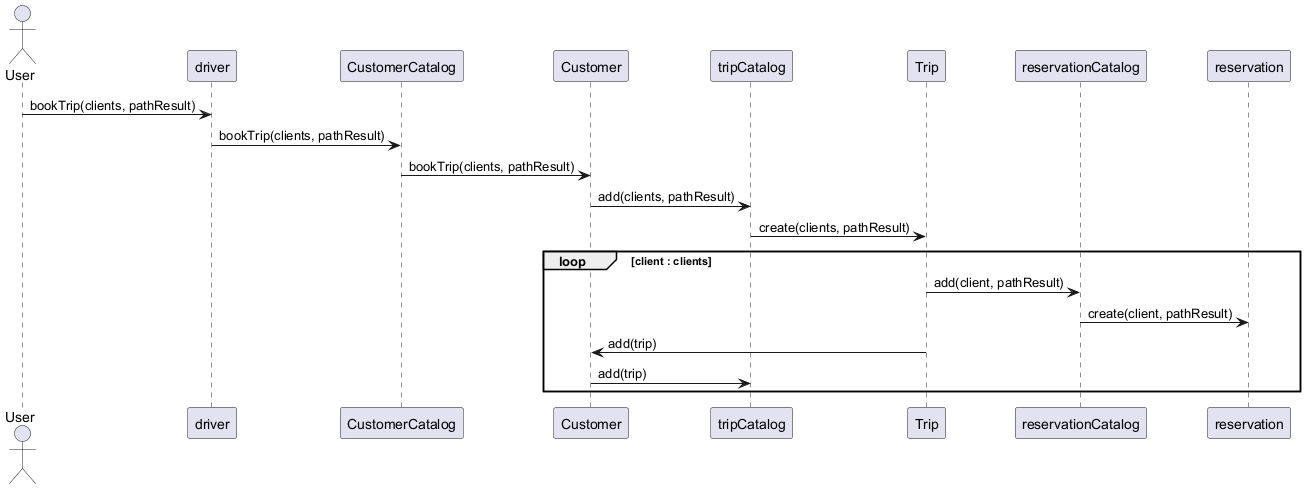
The PlantUML diagram Iteration_3/docs/images/bookTripSequence.png in SamuelVachon/SOEN342, before a commit. Its diagram source:
```plantuml
@startuml bookTripSequence
actor User
participant driver
participant CustomerCatalog
participant Customer
participant tripCatalog
participant Trip
participant reservationCatalog
participant reservation


User -> driver : bookTrip(clients, pathResult)
driver -> CustomerCatalog : bookTrip(clients, pathResult)
CustomerCatalog -> Customer : bookTrip(clients, pathResult)
Customer -> tripCatalog : add(clients, pathResult)
tripCatalog -> Trip : create(clients, pathResult)
loop client : clients
    Trip -> reservationCatalog : add(client, pathResult)
    reservationCatalog -> reservation : create(client, pathResult)
    Trip -> Customer : add(trip)
    Customer -> tripCatalog : add(trip)
end


@enduml
```
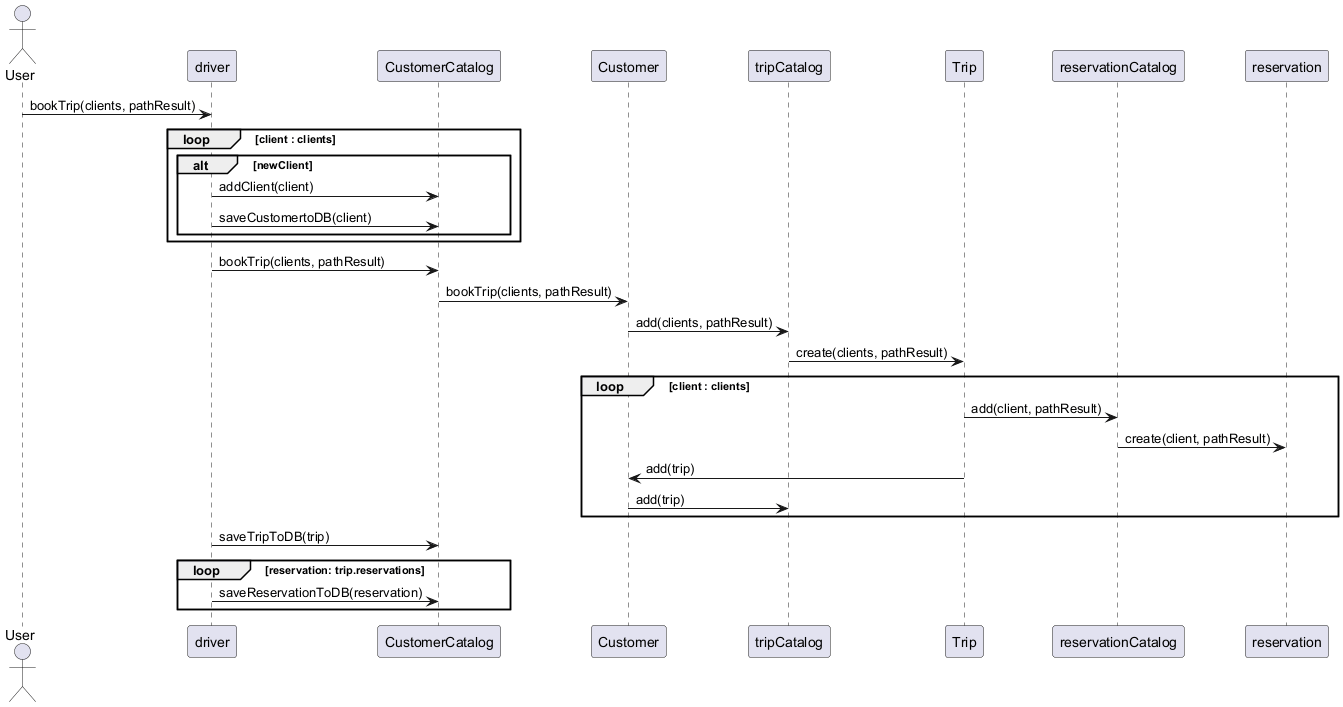
After the commit.

Diff of the diagram source:
```diff
@@ -9,7 +9,14 @@
 participant reservation
 
 
+
 User -> driver : bookTrip(clients, pathResult)
+loop client : clients
+    alt newClient
+        driver -> CustomerCatalog : addClient(client)
+        driver ->CustomerCatalog : saveCustomertoDB(client)
+    end
+end
 driver -> CustomerCatalog : bookTrip(clients, pathResult)
 CustomerCatalog -> Customer : bookTrip(clients, pathResult)
 Customer -> tripCatalog : add(clients, pathResult)
@@ -20,6 +27,10 @@
     Trip -> Customer : add(trip)
     Customer -> tripCatalog : add(trip)
 end
+driver -> CustomerCatalog : saveTripToDB(trip)
+loop reservation: trip.reservations
+    driver -> CustomerCatalog : saveReservationToDB(reservation)
+end
 
 
 @enduml
```
